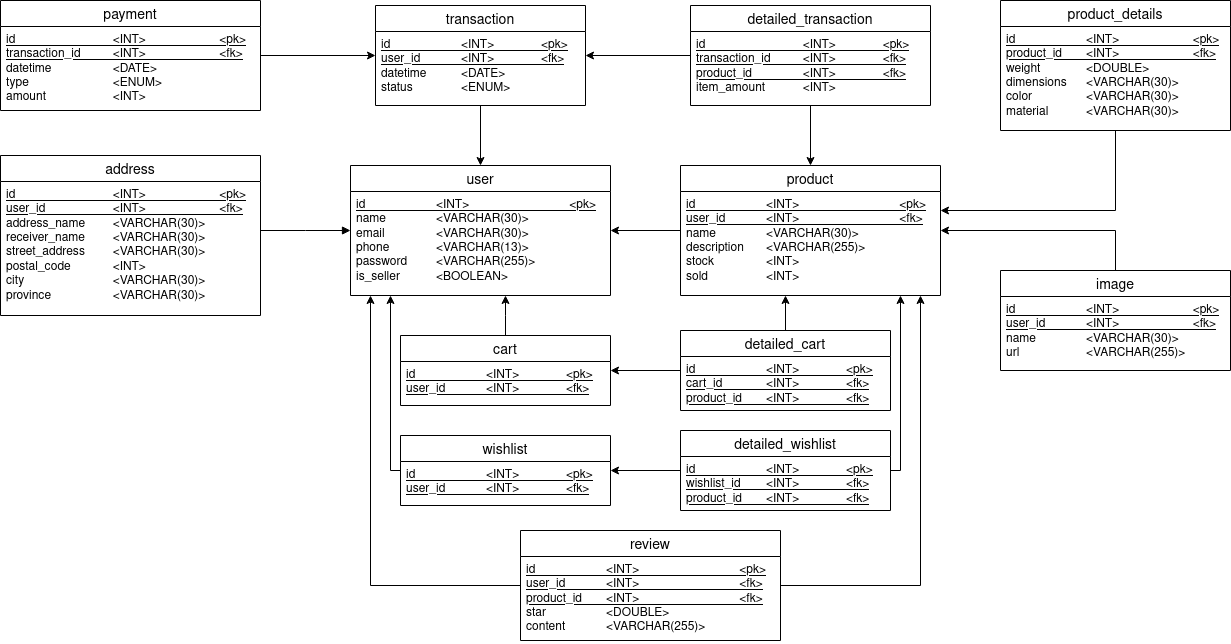
Before: img/NusantaraStore051_PDM.drawio.png, a diagram exported from draw.io (borednuna/NusantaraStore051_BE). Source tidied: cells renumbered, new cells last; positions are measured from the earlier drawing's top-left corner, leaving out a move shared by most shapes.
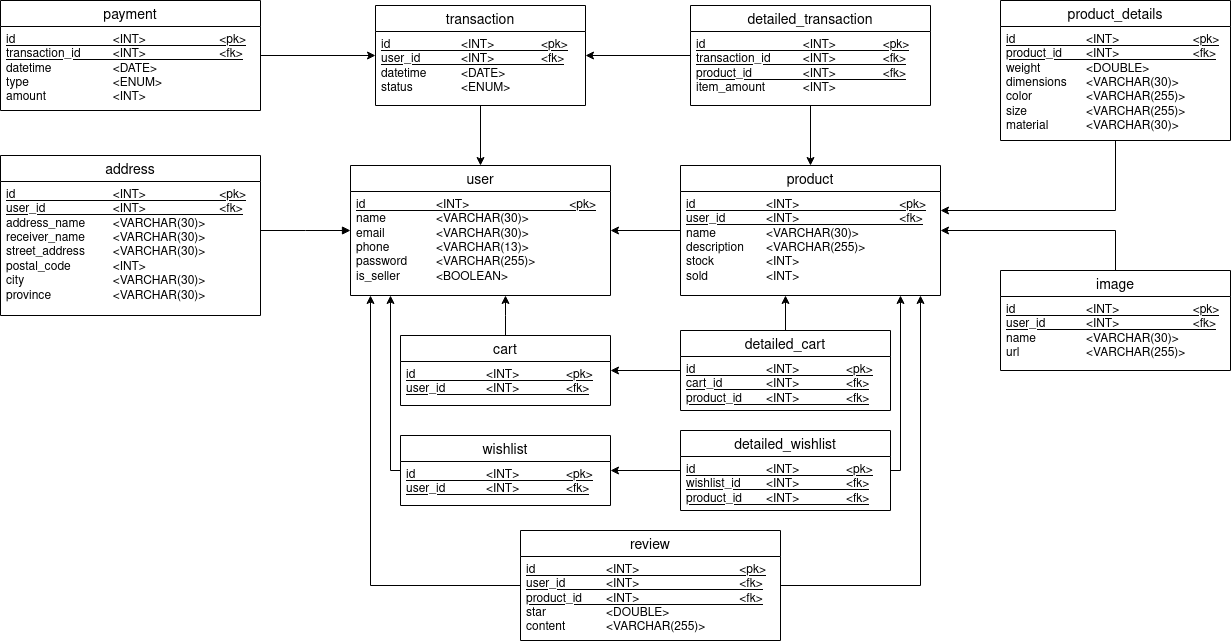
Later version of the same file.

The edit, as a diff of the source:
```diff
@@ -57,10 +57,10 @@
       <mxGeometry relative="1" as="geometry" />
     </mxCell>
     <mxCell id="20" value="product_details" style="swimlane;fontStyle=0;horizontal=1;startSize=26;align=center;fontSize=14;" parent="1" vertex="1">
-      <mxGeometry x="1000" width="230" height="130" as="geometry" />
+      <mxGeometry x="1000" width="230" height="140" as="geometry" />
     </mxCell>
-    <mxCell id="21" value="&lt;div&gt;&lt;u&gt;id&lt;span style=&quot;white-space: pre;&quot;&gt;&#9;&lt;/span&gt;&lt;span style=&quot;white-space: pre;&quot;&gt;&#9;&lt;/span&gt;&lt;span style=&quot;white-space: pre;&quot;&gt;&#9;&lt;/span&gt;&amp;lt;INT&amp;gt;&lt;span style=&quot;white-space: pre;&quot;&gt;&#9;&lt;/span&gt;&lt;span style=&quot;white-space: pre;&quot;&gt;&#9;&lt;/span&gt;&lt;span style=&quot;white-space: pre;&quot;&gt;&#9;&lt;/span&gt;&amp;lt;pk&amp;gt;&lt;/u&gt;&lt;/div&gt;&lt;div&gt;&lt;u&gt;product_id&lt;span style=&quot;white-space: pre;&quot;&gt;&#9;&lt;/span&gt;&amp;lt;INT&amp;gt;&lt;span style=&quot;white-space: pre;&quot;&gt;&#9;&lt;/span&gt;&lt;span style=&quot;white-space: pre;&quot;&gt;&#9;&lt;/span&gt;&lt;span style=&quot;white-space: pre;&quot;&gt;&#9;&lt;/span&gt;&amp;lt;fk&amp;gt;&lt;/u&gt;&lt;/div&gt;&lt;div&gt;weight&lt;span style=&quot;white-space: pre;&quot;&gt;&#9;&lt;/span&gt;&lt;span style=&quot;white-space: pre;&quot;&gt;&#9;&lt;/span&gt;&amp;lt;DOUBLE&amp;gt;&lt;/div&gt;&lt;div&gt;dimensions&lt;span style=&quot;white-space: pre;&quot;&gt;&#9;&lt;/span&gt;&amp;lt;VARCHAR(30)&amp;gt;&lt;/div&gt;&lt;div&gt;color&lt;span style=&quot;white-space: pre;&quot;&gt;&#9;&lt;/span&gt;&lt;span style=&quot;white-space: pre;&quot;&gt;&#9;&lt;/span&gt;&amp;lt;VARCHAR(30)&amp;gt;&lt;/div&gt;&lt;div&gt;material&lt;span style=&quot;white-space: pre;&quot;&gt;&#9;&lt;/span&gt;&lt;span style=&quot;white-space: pre;&quot;&gt;&#9;&lt;/span&gt;&amp;lt;VARCHAR(30)&amp;gt;&lt;br&gt;&lt;/div&gt;" style="text;strokeColor=none;fillColor=none;spacingLeft=4;spacingRight=4;overflow=hidden;fontSize=12;whiteSpace=wrap;html=1;" parent="20" vertex="1">
-      <mxGeometry y="26" width="230" height="104" as="geometry" />
+    <mxCell id="21" value="&lt;div&gt;&lt;u&gt;id&lt;span style=&quot;white-space: pre;&quot;&gt;&#9;&lt;/span&gt;&lt;span style=&quot;white-space: pre;&quot;&gt;&#9;&lt;/span&gt;&lt;span style=&quot;white-space: pre;&quot;&gt;&#9;&lt;/span&gt;&amp;lt;INT&amp;gt;&lt;span style=&quot;white-space: pre;&quot;&gt;&#9;&lt;/span&gt;&lt;span style=&quot;white-space: pre;&quot;&gt;&#9;&lt;/span&gt;&lt;span style=&quot;white-space: pre;&quot;&gt;&#9;&lt;/span&gt;&amp;lt;pk&amp;gt;&lt;/u&gt;&lt;/div&gt;&lt;div&gt;&lt;u&gt;product_id&lt;span style=&quot;white-space: pre;&quot;&gt;&#9;&lt;/span&gt;&amp;lt;INT&amp;gt;&lt;span style=&quot;white-space: pre;&quot;&gt;&#9;&lt;/span&gt;&lt;span style=&quot;white-space: pre;&quot;&gt;&#9;&lt;/span&gt;&lt;span style=&quot;white-space: pre;&quot;&gt;&#9;&lt;/span&gt;&amp;lt;fk&amp;gt;&lt;/u&gt;&lt;/div&gt;&lt;div&gt;weight&lt;span style=&quot;white-space: pre;&quot;&gt;&#9;&lt;/span&gt;&lt;span style=&quot;white-space: pre;&quot;&gt;&#9;&lt;/span&gt;&amp;lt;DOUBLE&amp;gt;&lt;/div&gt;&lt;div&gt;dimensions&lt;span style=&quot;white-space: pre;&quot;&gt;&#9;&lt;/span&gt;&amp;lt;VARCHAR(30)&amp;gt;&lt;/div&gt;&lt;div&gt;color&lt;span style=&quot;white-space: pre;&quot;&gt;&#9;&lt;/span&gt;&lt;span style=&quot;white-space: pre;&quot;&gt;&#9;&lt;/span&gt;&amp;lt;VARCHAR(255)&amp;gt;&lt;/div&gt;&lt;div&gt;size&lt;span style=&quot;white-space: pre;&quot;&gt;&#9;&lt;/span&gt;&lt;span style=&quot;white-space: pre;&quot;&gt;&#9;&lt;/span&gt;&lt;span style=&quot;white-space: pre;&quot;&gt;&#9;&lt;/span&gt;&amp;lt;VARCHAR(255)&amp;gt;&lt;br&gt;&lt;/div&gt;&lt;div&gt;material&lt;span style=&quot;white-space: pre;&quot;&gt;&#9;&lt;/span&gt;&lt;span style=&quot;white-space: pre;&quot;&gt;&#9;&lt;/span&gt;&amp;lt;VARCHAR(30)&amp;gt;&lt;br&gt;&lt;/div&gt;" style="text;strokeColor=none;fillColor=none;spacingLeft=4;spacingRight=4;overflow=hidden;fontSize=12;whiteSpace=wrap;html=1;" parent="20" vertex="1">
+      <mxGeometry y="26" width="230" height="114" as="geometry" />
     </mxCell>
     <mxCell id="22" style="endArrow=classic;html=1;rounded=0;edgeStyle=orthogonalEdgeStyle;" parent="1" edge="1" source="20" target="13">
       <mxGeometry relative="1" as="geometry">
```
